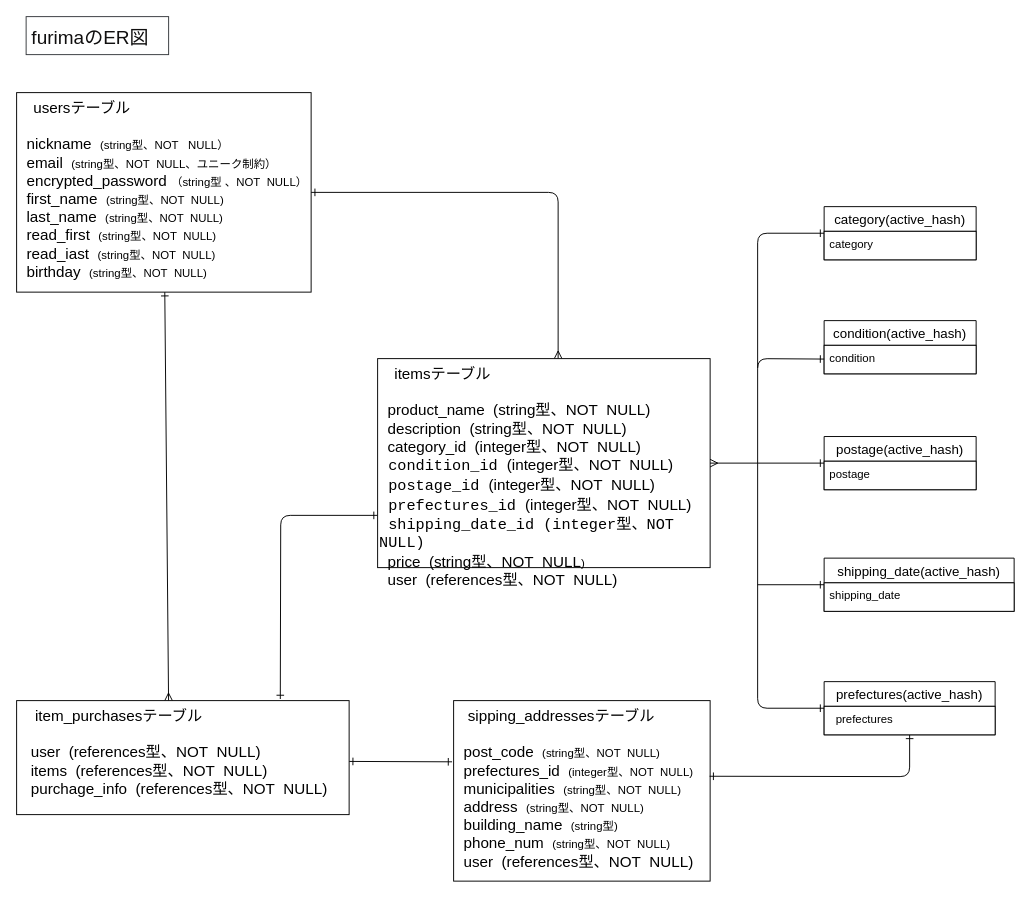
Earlier version of the draw.io diagram er.dio (saku-naka/furima-39533). Source tidied: cells renumbered, new cells numbered last; positions are measured from the earlier drawing's top-left corner, leaving out a move shared by most shapes. Both pictures are drawn from the tidied source at 95%, with x=0, y=0 at pixel (16, 16).
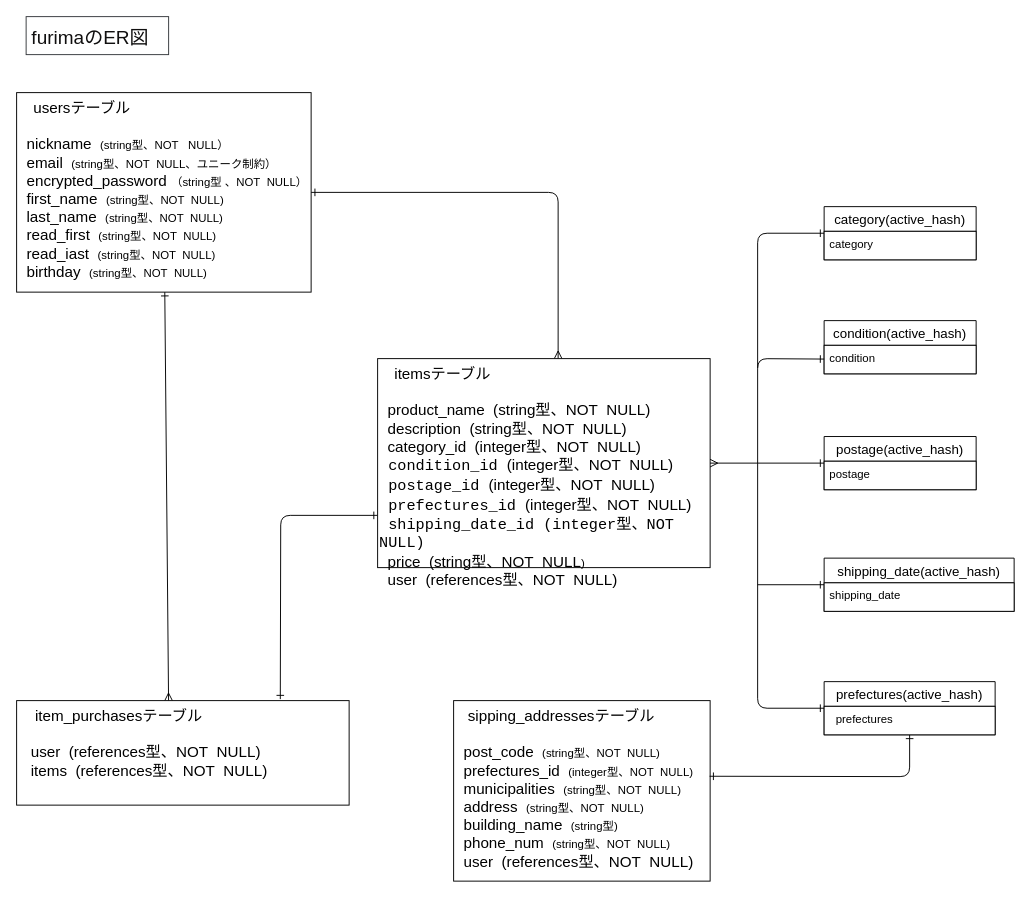
Above is the later version.

Commit message (it also covers changes not shown here):
購入履歴カラムの訂正

Unchanged cells that the change refers to:
```xml
<mxCell id="10" value="&amp;nbsp; &amp;nbsp;sipping_addresses&lt;span style=&quot;background-color: initial;&quot;&gt;テーブル&lt;/span&gt;&lt;br&gt;&lt;br&gt;&amp;nbsp; post_code&amp;nbsp;&amp;nbsp;&lt;font style=&quot;font-size: 12px;&quot;&gt;(string型、NOT&amp;nbsp; NULL)&lt;/font&gt;&lt;br&gt;&amp;nbsp; prefectures_id&amp;nbsp;&amp;nbsp;&lt;font style=&quot;font-size: 12px;&quot;&gt;(integer型、NOT&amp;nbsp; NULL)&lt;/font&gt;&lt;br&gt;&amp;nbsp; municipalities&amp;nbsp;&amp;nbsp;&lt;font style=&quot;font-size: 12px;&quot;&gt;(string型、NOT&amp;nbsp; NULL)&lt;/font&gt;&lt;br&gt;&amp;nbsp; address&amp;nbsp;&amp;nbsp;&lt;font style=&quot;font-size: 12px;&quot;&gt;(string型、NOT&amp;nbsp; NULL)&lt;/font&gt;&lt;br&gt;&amp;nbsp; building_name&amp;nbsp;&amp;nbsp;&lt;font style=&quot;font-size: 12px;&quot;&gt;(string型)&lt;/font&gt;&lt;br&gt;&amp;nbsp; phone_num&amp;nbsp;&amp;nbsp;&lt;font style=&quot;font-size: 12px;&quot;&gt;(string型、NOT&amp;nbsp; NULL)&lt;br&gt;&lt;span style=&quot;font-size: 16px;&quot;&gt;&amp;nbsp; user&amp;nbsp; (references型、NOT&amp;nbsp; NULL)&lt;/span&gt;&lt;br&gt;&lt;/font&gt;" style="rounded=0;whiteSpace=wrap;html=1;fontSize=16;align=left;verticalAlign=top;labelBackgroundColor=none;" parent="1" vertex="1">
  <mxGeometry x="460" y="720" width="270" height="190" as="geometry" />
</mxCell>
```

What changed in the source:
```diff
@@
-<mxGraphModel background="#ffffff">
+<mxGraphModel>
@@
-    <mxCell id="8" style="edgeStyle=none;html=1;entryX=-0.006;entryY=0.339;entryDx=0;entryDy=0;entryPerimeter=0;fontSize=16;startArrow=ERone;startFill=0;endArrow=ERone;endFill=0;labelBackgroundColor=none;" parent="1" edge="1" target="10">
-      <mxGeometry relative="1" as="geometry">
-        <mxPoint x="350" y="784" as="sourcePoint" />
-      </mxGeometry>
-    </mxCell>
-    <mxCell id="9" value="&amp;nbsp; &amp;nbsp; item_purchasesテーブル&lt;br&gt;&lt;br&gt;&amp;nbsp;&amp;nbsp;&amp;nbsp;user&amp;nbsp; (references型、NOT&amp;nbsp; NULL)&lt;br&gt;&amp;nbsp; &amp;nbsp;items&amp;nbsp; (references型、NOT&amp;nbsp; NULL)&lt;br&gt;&amp;nbsp; &amp;nbsp;purchage_info&amp;nbsp; (references型、NOT&amp;nbsp; NULL)" style="rounded=0;whiteSpace=wrap;html=1;fontSize=16;align=left;verticalAlign=top;labelBackgroundColor=none;" parent="1" vertex="1">
-      <mxGeometry y="720" width="350" height="120" as="geometry" />
+    <mxCell id="9" value="&amp;nbsp; &amp;nbsp; item_purchasesテーブル&lt;br&gt;&lt;br&gt;&amp;nbsp;&amp;nbsp;&amp;nbsp;user&amp;nbsp; (references型、NOT&amp;nbsp; NULL)&lt;br&gt;&amp;nbsp; &amp;nbsp;items&amp;nbsp; (references型、NOT&amp;nbsp; NULL)" style="rounded=0;whiteSpace=wrap;html=1;fontSize=16;align=left;verticalAlign=top;labelBackgroundColor=none;" parent="1" vertex="1">
+      <mxGeometry y="720" width="350" height="110" as="geometry" />
     </mxCell>
```
